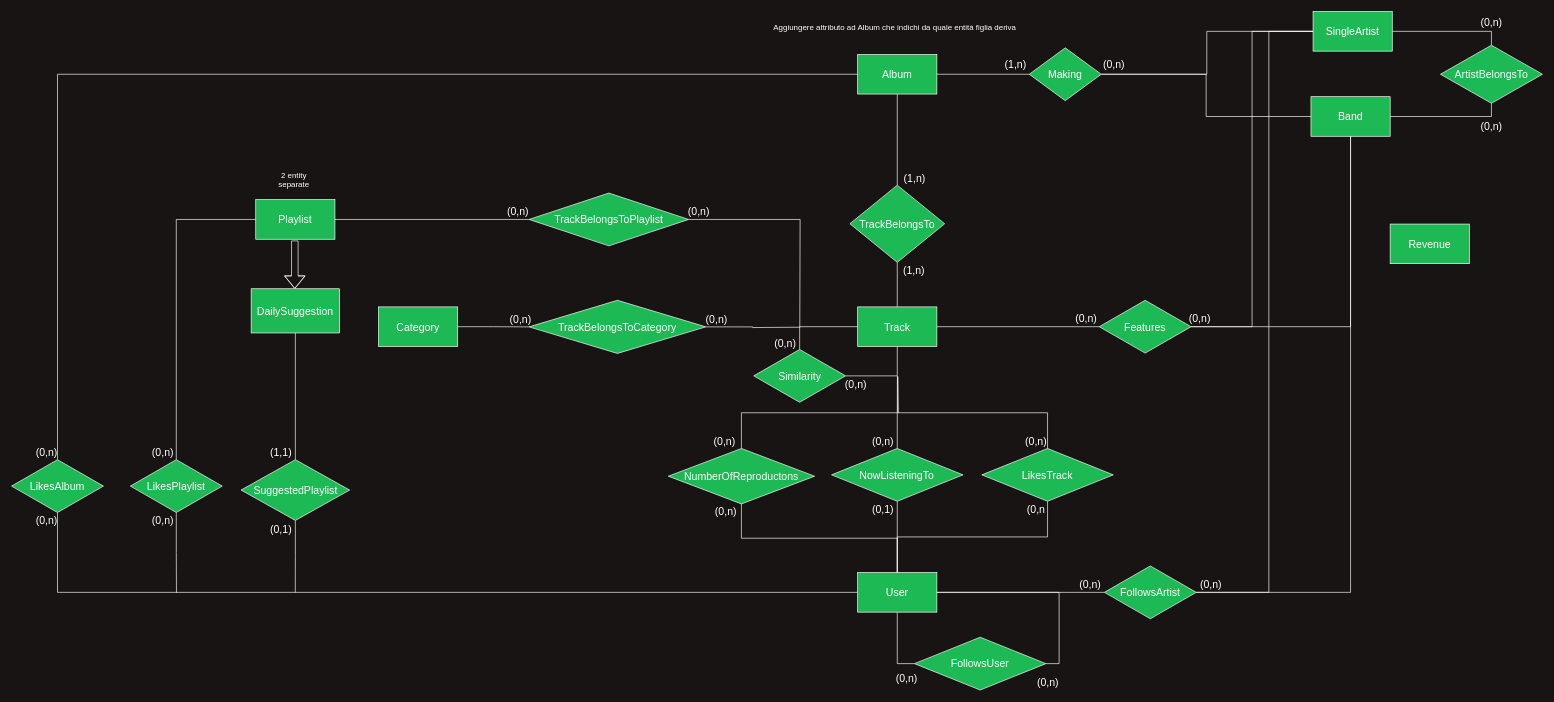
This is Documentazione/Restructured.drawio from gabrycina/spotify-clone, a draw.io file, before an edit. Source tidied: cells renumbered, new cells numbered last; positions are measured from the earlier drawing's top-left corner, leaving out a move shared by most shapes. Both pictures are drawn from the tidied source at 66%, with x=0, y=0 at pixel (11, 11).
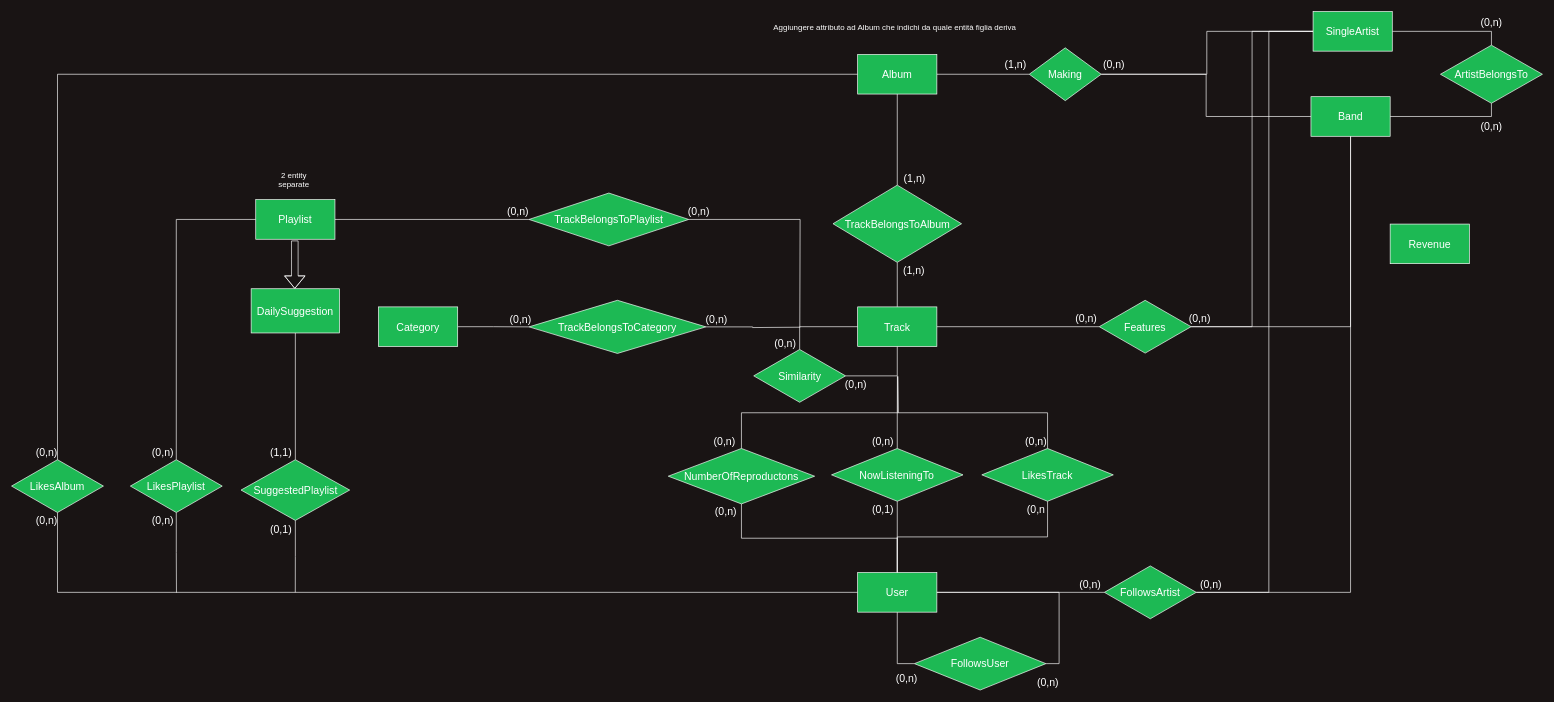
The same page after the edit.

Change to the diagram source:
```diff
@@
-    <mxCell id="22" value="TrackBelongsTo" style="rhombus;whiteSpace=wrap;html=1;shadow=0;fontSize=16;fontColor=#FFFFFF;strokeColor=#FFFFFF;fillColor=#1DB954;gradientColor=none;" parent="1" vertex="1">
-      <mxGeometry x="1270.2" y="263" width="143.6" height="117" as="geometry" />
+    <mxCell id="22" value="TrackBelongsToAlbum" style="rhombus;whiteSpace=wrap;html=1;shadow=0;fontSize=16;fontColor=#FFFFFF;strokeColor=#FFFFFF;fillColor=#1DB954;gradientColor=none;" parent="1" vertex="1">
+      <mxGeometry x="1244.6" y="263" width="194.8" height="117" as="geometry" />
     </mxCell>
```
